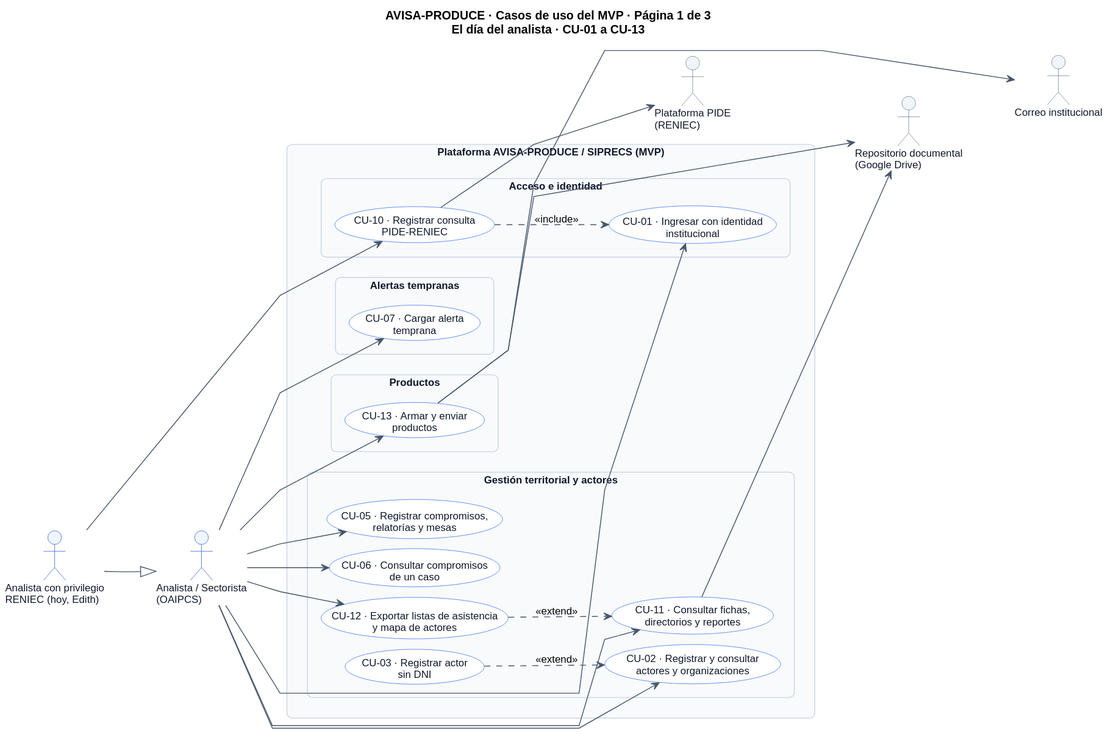
Earlier version of the PlantUML export docs/img/AVISA_CU_MVP_DIA.svg (diegopaucarv/avisa). Its diagram source:
```plantuml
@startuml
left to right direction
skinparam shadowing false
skinparam roundcorner 12
skinparam linetype polyline
skinparam packageStyle rectangle
skinparam defaultFontName Arial
skinparam defaultFontSize 12
skinparam nodesep 12
skinparam ranksep 60

skinparam rectangle {
  BackgroundColor #FFFFFF
  BorderColor #64748B
  FontColor #0F172A
  FontStyle bold
}
skinparam package {
  BackgroundColor #F8FAFC
  BorderColor #CBD5E1
  BorderStyle dashed
  FontColor #475569
  FontStyle bold
}
skinparam usecase {
  BackgroundColor #FFFFFF
  BorderColor #2563EB
  FontColor #0F172A
  ArrowColor #475569
}
skinparam actor {
  BackgroundColor #EFF6FF
  BorderColor #1D4ED8
  FontColor #0F172A
}

title AVISA-PRODUCE · Casos de uso del MVP · Página 1 de 3\nEl día del analista · CU-01 a CU-13

actor "Analista / Sectorista\n(OAIPCS)" as analista #EFF6FF;line:1D4ED8
actor "Analista con privilegio\nRENIEC (hoy, Edith)" as reniec #EFF6FF;line:1D4ED8

reniec --|> analista

reniec -[hidden]down-> analista

rectangle "Plataforma AVISA-PRODUCE / SIPRECS (MVP)" {

  package "Acceso e identidad" {
    usecase "CU-01 · Ingresar con identidad\ninstitucional" as uc_login
    usecase "CU-10 · Registrar consulta\nPIDE-RENIEC" as uc_pide
  }

  package "Gestión territorial y actores" {
    usecase "CU-02 · Registrar y consultar\nactores y organizaciones" as uc_actores
    usecase "CU-03 · Registrar actor\nsin DNI" as uc_sin_dni
    usecase "CU-05 · Registrar compromisos,\nrelatorías y mesas" as uc_compromisos
    usecase "CU-06 · Consultar compromisos\nde un caso" as uc_cons_comp
    usecase "CU-11 · Consultar fichas,\ndirectorios y reportes" as uc_reportes
    usecase "CU-12 · Exportar listas de asistencia\ny mapa de actores" as uc_exportar
  }

  package "Alertas tempranas" {
    usecase "CU-07 · Cargar alerta\ntemprana" as uc_alerta
  }

  package "Productos" {
    usecase "CU-13 · Armar y enviar\nproductos" as uc_productos
  }
}

actor "Plataforma PIDE\n(RENIEC)" as sys_pide #F1F5F9;line:64748B
actor "Repositorio documental\n(Google Drive)" as sys_drive #F1F5F9;line:64748B
actor "Correo institucional" as sys_mail #F1F5F9;line:64748B

sys_pide -[hidden]down-> sys_drive
sys_drive -[hidden]down-> sys_mail

analista --> uc_login
reniec --> uc_pide

analista --> uc_actores
analista --> uc_compromisos
analista --> uc_cons_comp
analista --> uc_reportes
analista --> uc_exportar
analista --> uc_alerta
analista --> uc_productos

uc_sin_dni ..> uc_actores : <<extend>>
uc_exportar ..> uc_reportes : <<extend>>
uc_pide ..> uc_login : <<include>>

uc_pide --> sys_pide
uc_reportes --> sys_drive
uc_productos --> sys_drive
uc_productos --> sys_mail

@enduml
```
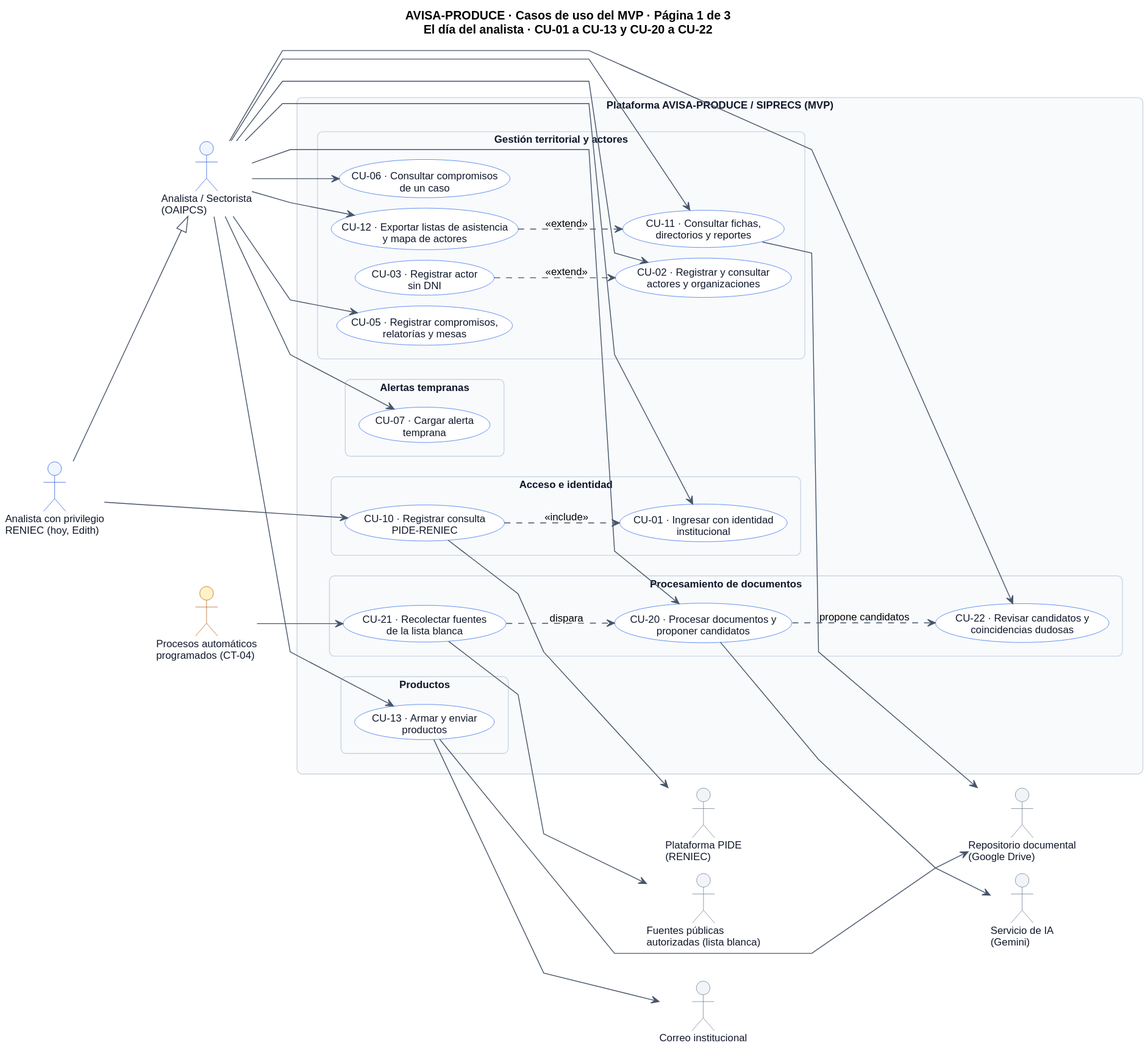
The same file after the commit.

Change to the diagram source:
```diff
@@ -34,14 +34,13 @@
   FontColor #0F172A
 }
 
-title AVISA-PRODUCE · Casos de uso del MVP · Página 1 de 3\nEl día del analista · CU-01 a CU-13
+title AVISA-PRODUCE · Casos de uso del MVP · Página 1 de 3\nEl día del analista · CU-01 a CU-13 y CU-20 a CU-22
 
 actor "Analista / Sectorista\n(OAIPCS)" as analista #EFF6FF;line:1D4ED8
 actor "Analista con privilegio\nRENIEC (hoy, Edith)" as reniec #EFF6FF;line:1D4ED8
+actor "Procesos automáticos\nprogramados (CT-04)" as reloj #FEF3C7;line:B45309
 
 reniec --|> analista
-
-reniec -[hidden]down-> analista
 
 rectangle "Plataforma AVISA-PRODUCE / SIPRECS (MVP)" {
 
@@ -66,14 +65,19 @@
   package "Productos" {
     usecase "CU-13 · Armar y enviar\nproductos" as uc_productos
   }
+
+  package "Procesamiento de documentos" {
+    usecase "CU-20 · Procesar documentos y\nproponer candidatos" as uc_procesar
+    usecase "CU-21 · Recolectar fuentes\nde la lista blanca" as uc_fuentes
+    usecase "CU-22 · Revisar candidatos y\ncoincidencias dudosas" as uc_revisar
+  }
 }
 
 actor "Plataforma PIDE\n(RENIEC)" as sys_pide #F1F5F9;line:64748B
 actor "Repositorio documental\n(Google Drive)" as sys_drive #F1F5F9;line:64748B
 actor "Correo institucional" as sys_mail #F1F5F9;line:64748B
-
-sys_pide -[hidden]down-> sys_drive
-sys_drive -[hidden]down-> sys_mail
+actor "Fuentes públicas\nautorizadas (lista blanca)" as sys_fuentes #F1F5F9;line:64748B
+actor "Servicio de IA\n(Gemini)" as sys_ai #F1F5F9;line:64748B
 
 analista --> uc_login
 reniec --> uc_pide
@@ -86,13 +90,21 @@
 analista --> uc_alerta
 analista --> uc_productos
 
+analista --> uc_procesar
+analista --> uc_revisar
+reloj --> uc_fuentes
+
 uc_sin_dni ..> uc_actores : <<extend>>
 uc_exportar ..> uc_reportes : <<extend>>
 uc_pide ..> uc_login : <<include>>
+uc_fuentes ..> uc_procesar : «dispara»
+uc_procesar ..> uc_revisar : «propone candidatos»
 
 uc_pide --> sys_pide
 uc_reportes --> sys_drive
 uc_productos --> sys_drive
 uc_productos --> sys_mail
+uc_fuentes --> sys_fuentes
+uc_procesar --> sys_ai
 
 @enduml
```
